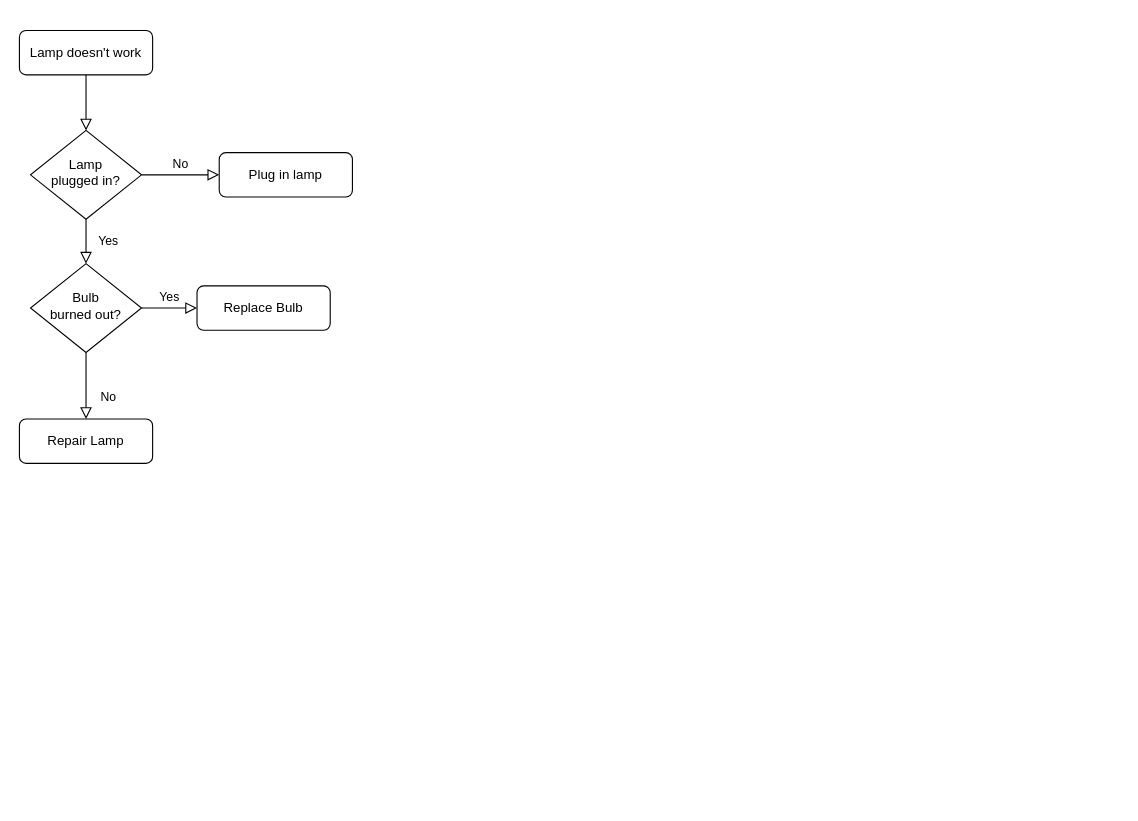
Earlier version of the draw.io diagram Diagrama sin título.drawio (Dakotaflores/Diagramasdeflujo). Source tidied: cells renumbered, new cells numbered last; positions are measured from the earlier drawing's top-left corner, leaving out a move shared by most shapes. Both pictures are drawn from the tidied source at 111%, with x=0, y=0 at pixel (19, 30).
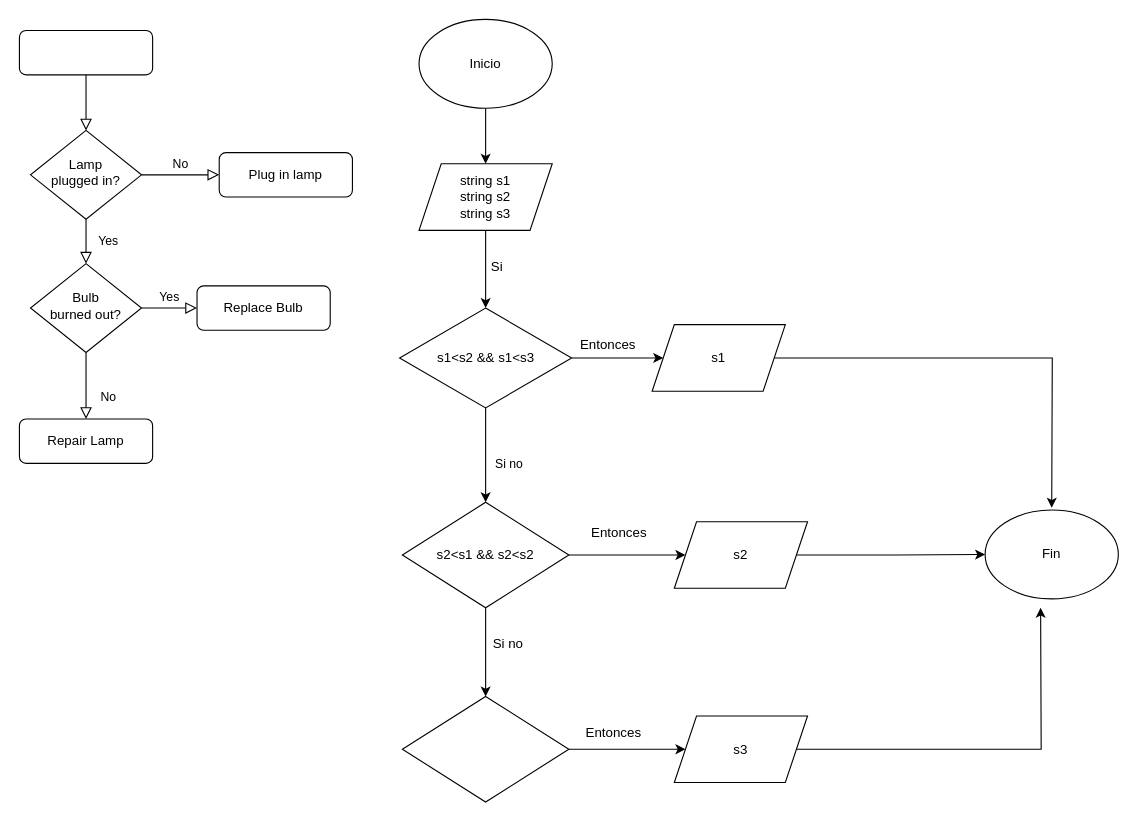
After the change.

Change to the diagram source:
```diff
@@
-    <mxCell id="3" value="Lamp doesn't work" style="rounded=1;whiteSpace=wrap;html=1;fontSize=12;glass=0;strokeWidth=1;shadow=0;" parent="1" vertex="1">
+    <mxCell id="3" style="rounded=1;whiteSpace=wrap;html=1;fontSize=12;glass=0;strokeWidth=1;shadow=0;" parent="1" vertex="1">
       <mxGeometry width="120" height="40" as="geometry" />
     </mxCell>
@@
+    <mxCell id="13" style="edgeStyle=orthogonalEdgeStyle;rounded=0;jettySize=auto;html=1;" parent="1" edge="1" source="14">
+      <mxGeometry relative="1" as="geometry">
+        <mxPoint x="420" y="120" as="targetPoint" />
+      </mxGeometry>
+    </mxCell>
+    <mxCell id="14" value="Inicio" style="ellipse;whiteSpace=wrap;html=1;" parent="1" vertex="1">
+      <mxGeometry x="360" y="-10" width="120" height="80" as="geometry" />
+    </mxCell>
+    <mxCell id="15" style="edgeStyle=orthogonalEdgeStyle;rounded=0;jettySize=auto;html=1;" parent="1" edge="1" source="16" target="20">
+      <mxGeometry relative="1" as="geometry" />
+    </mxCell>
+    <mxCell id="16" value="string s1&lt;div&gt;string s2&lt;/div&gt;&lt;div&gt;string s3&lt;/div&gt;" style="shape=parallelogram;perimeter=parallelogramPerimeter;whiteSpace=wrap;html=1;fixedSize=1;" parent="1" vertex="1">
+      <mxGeometry x="360" y="120" width="120" height="60" as="geometry" />
+    </mxCell>
+    <mxCell id="17" style="edgeStyle=orthogonalEdgeStyle;rounded=0;jettySize=auto;html=1;" parent="1" edge="1" source="20" target="23">
+      <mxGeometry relative="1" as="geometry" />
+    </mxCell>
+    <mxCell id="18" style="edgeStyle=orthogonalEdgeStyle;rounded=0;jettySize=auto;html=1;" parent="1" edge="1" source="20" target="27">
+      <mxGeometry relative="1" as="geometry" />
+    </mxCell>
+    <mxCell id="19" value="Si no" style="edgeLabel;html=1;align=center;verticalAlign=middle;" parent="18" vertex="1">
+      <mxGeometry x="-0.06" y="8" relative="1" as="geometry">
+        <mxPoint x="12" y="10" as="offset" />
+      </mxGeometry>
+    </mxCell>
+    <mxCell id="20" value="s1&amp;lt;s2 &amp;amp;&amp;amp; s1&amp;lt;s3" style="rhombus;whiteSpace=wrap;html=1;" parent="1" vertex="1">
+      <mxGeometry x="342.5" y="250" width="155" height="90" as="geometry" />
+    </mxCell>
+    <mxCell id="21" value="Si" style="text;html=1;align=center;verticalAlign=middle;strokeColor=none;fillColor=none;" parent="1" vertex="1">
+      <mxGeometry x="415" y="198" width="30" height="30" as="geometry" />
+    </mxCell>
+    <mxCell id="22" style="edgeStyle=orthogonalEdgeStyle;rounded=0;jettySize=auto;html=1;" parent="1" edge="1" source="23">
+      <mxGeometry relative="1" as="geometry">
+        <mxPoint x="930" y="430" as="targetPoint" />
+      </mxGeometry>
+    </mxCell>
+    <mxCell id="23" value="s1" style="shape=parallelogram;perimeter=parallelogramPerimeter;whiteSpace=wrap;html=1;fixedSize=1;" parent="1" vertex="1">
+      <mxGeometry x="570" y="265" width="120" height="60" as="geometry" />
+    </mxCell>
+    <mxCell id="24" value="Entonces" style="text;html=1;align=center;verticalAlign=middle;strokeColor=none;fillColor=none;" parent="1" vertex="1">
+      <mxGeometry x="495" y="268" width="70" height="30" as="geometry" />
+    </mxCell>
+    <mxCell id="25" style="edgeStyle=orthogonalEdgeStyle;rounded=0;jettySize=auto;html=1;" parent="1" edge="1" source="27" target="29">
+      <mxGeometry relative="1" as="geometry" />
+    </mxCell>
+    <mxCell id="26" style="edgeStyle=orthogonalEdgeStyle;rounded=0;jettySize=auto;html=1;" parent="1" edge="1" source="27" target="31">
+      <mxGeometry relative="1" as="geometry" />
+    </mxCell>
+    <mxCell id="27" value="s2&amp;lt;s1 &amp;amp;&amp;amp; s2&amp;lt;s2" style="rhombus;whiteSpace=wrap;html=1;" parent="1" vertex="1">
+      <mxGeometry x="345" y="425" width="150" height="95" as="geometry" />
+    </mxCell>
+    <mxCell id="28" style="edgeStyle=orthogonalEdgeStyle;rounded=0;jettySize=auto;html=1;entryX=0;entryY=0.5;entryDx=0;entryDy=0;" parent="1" edge="1" source="29" target="37">
+      <mxGeometry relative="1" as="geometry" />
+    </mxCell>
+    <mxCell id="29" value="s2" style="shape=parallelogram;perimeter=parallelogramPerimeter;whiteSpace=wrap;html=1;fixedSize=1;" parent="1" vertex="1">
+      <mxGeometry x="590" y="442.5" width="120" height="60" as="geometry" />
+    </mxCell>
+    <mxCell id="30" style="edgeStyle=orthogonalEdgeStyle;rounded=0;jettySize=auto;html=1;" parent="1" edge="1" source="31" target="34">
+      <mxGeometry relative="1" as="geometry" />
+    </mxCell>
+    <mxCell id="31" style="rhombus;whiteSpace=wrap;html=1;" parent="1" vertex="1">
+      <mxGeometry x="345" y="600" width="150" height="95" as="geometry" />
+    </mxCell>
+    <mxCell id="32" value="Si no" style="text;html=1;align=center;verticalAlign=middle;strokeColor=none;fillColor=none;" parent="1" vertex="1">
+      <mxGeometry x="415" y="538" width="50" height="30" as="geometry" />
+    </mxCell>
+    <mxCell id="33" style="edgeStyle=orthogonalEdgeStyle;rounded=0;jettySize=auto;html=1;" parent="1" edge="1" source="34">
+      <mxGeometry relative="1" as="geometry">
+        <mxPoint x="920" y="520" as="targetPoint" />
+      </mxGeometry>
+    </mxCell>
+    <mxCell id="34" value="s3" style="shape=parallelogram;perimeter=parallelogramPerimeter;whiteSpace=wrap;html=1;fixedSize=1;" parent="1" vertex="1">
+      <mxGeometry x="590" y="617.5" width="120" height="60" as="geometry" />
+    </mxCell>
+    <mxCell id="35" value="Entonces" style="text;html=1;align=center;verticalAlign=middle;strokeColor=none;fillColor=none;" parent="1" vertex="1">
+      <mxGeometry x="500" y="617.5" width="70" height="30" as="geometry" />
+    </mxCell>
+    <mxCell id="36" value="Entonces" style="text;html=1;align=center;verticalAlign=middle;strokeColor=none;fillColor=none;" parent="1" vertex="1">
+      <mxGeometry x="505" y="438" width="70" height="30" as="geometry" />
+    </mxCell>
+    <mxCell id="37" value="Fin" style="ellipse;whiteSpace=wrap;html=1;" parent="1" vertex="1">
+      <mxGeometry x="870" y="432" width="120" height="80" as="geometry" />
+    </mxCell>
```
